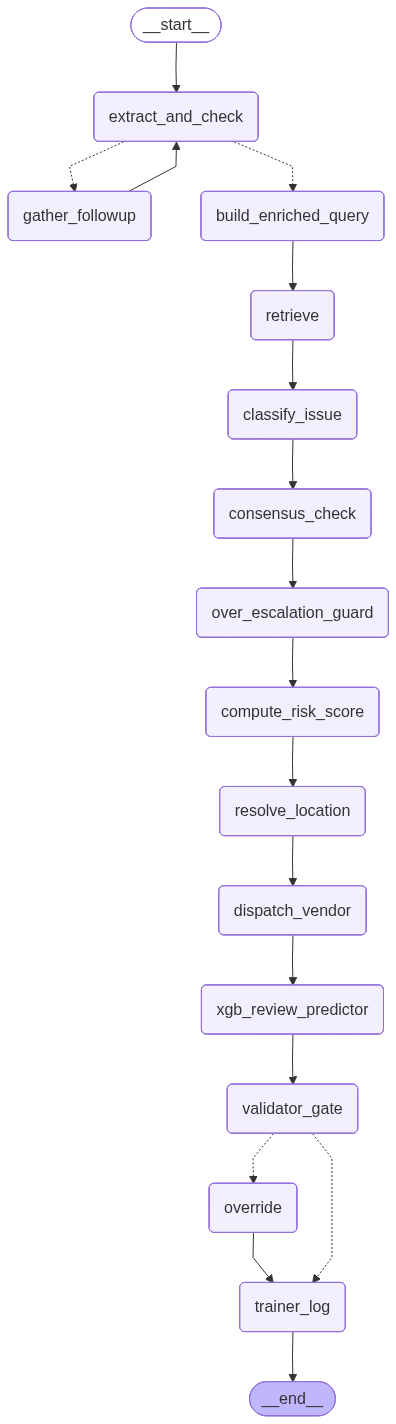
Above: docs/agent_graph.png in acm-industry/rich_shahin_finalproject (Mermaid), before the change. Its source is kept beside it as docs/agent_graph.mmd. The source it was exported from:
```mermaid
---
config:
  flowchart:
    curve: linear
---
graph TD;
	__start__([<p>__start__</p>]):::first
	extract_and_check(extract_and_check)
	gather_followup(gather_followup)
	build_enriched_query(build_enriched_query)
	retrieve(retrieve)
	classify_issue(classify_issue)
	consensus_check(consensus_check)
	over_escalation_guard(over_escalation_guard)
	compute_risk_score(compute_risk_score)
	resolve_location(resolve_location)
	dispatch_vendor(dispatch_vendor)
	xgb_review_predictor(xgb_review_predictor)
	validator_gate(validator_gate)
	override(override)
	trainer_log(trainer_log)
	__end__([<p>__end__</p>]):::last
	__start__ --> extract_and_check;
	build_enriched_query --> retrieve;
	classify_issue --> consensus_check;
	compute_risk_score --> resolve_location;
	consensus_check --> over_escalation_guard;
	dispatch_vendor --> xgb_review_predictor;
	extract_and_check -.-> build_enriched_query;
	extract_and_check -.-> gather_followup;
	gather_followup --> extract_and_check;
	over_escalation_guard --> compute_risk_score;
	override --> trainer_log;
	resolve_location --> dispatch_vendor;
	retrieve --> classify_issue;
	validator_gate -.-> override;
	validator_gate -.-> trainer_log;
	xgb_review_predictor --> validator_gate;
	trainer_log --> __end__;
	classDef default fill:#f2f0ff,line-height:1.2
	classDef first fill-opacity:0
	classDef last fill:#bfb6fc
```
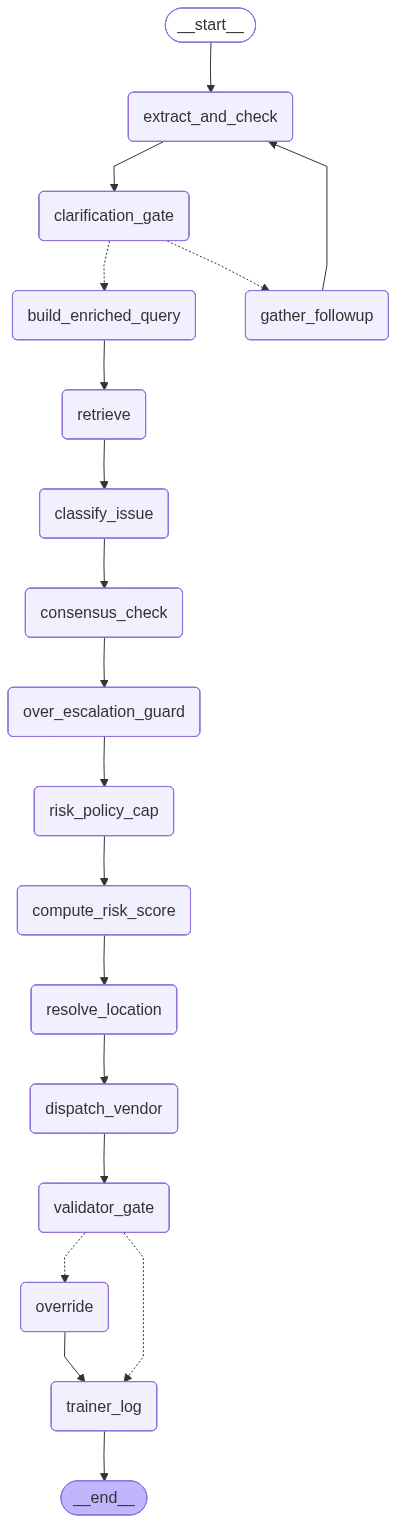
Above is the later version.

Change to the diagram source:
```diff
@@ -7,35 +7,37 @@
 	__start__([<p>__start__</p>]):::first
 	extract_and_check(extract_and_check)
 	gather_followup(gather_followup)
+	clarification_gate(clarification_gate)
 	build_enriched_query(build_enriched_query)
 	retrieve(retrieve)
 	classify_issue(classify_issue)
 	consensus_check(consensus_check)
 	over_escalation_guard(over_escalation_guard)
+	risk_policy_cap(risk_policy_cap)
 	compute_risk_score(compute_risk_score)
 	resolve_location(resolve_location)
 	dispatch_vendor(dispatch_vendor)
-	xgb_review_predictor(xgb_review_predictor)
 	validator_gate(validator_gate)
 	override(override)
 	trainer_log(trainer_log)
 	__end__([<p>__end__</p>]):::last
 	__start__ --> extract_and_check;
 	build_enriched_query --> retrieve;
+	clarification_gate -.-> build_enriched_query;
+	clarification_gate -.-> gather_followup;
 	classify_issue --> consensus_check;
 	compute_risk_score --> resolve_location;
 	consensus_check --> over_escalation_guard;
-	dispatch_vendor --> xgb_review_predictor;
-	extract_and_check -.-> build_enriched_query;
-	extract_and_check -.-> gather_followup;
+	dispatch_vendor --> validator_gate;
+	extract_and_check --> clarification_gate;
 	gather_followup --> extract_and_check;
-	over_escalation_guard --> compute_risk_score;
+	over_escalation_guard --> risk_policy_cap;
 	override --> trainer_log;
 	resolve_location --> dispatch_vendor;
 	retrieve --> classify_issue;
+	risk_policy_cap --> compute_risk_score;
 	validator_gate -.-> override;
 	validator_gate -.-> trainer_log;
-	xgb_review_predictor --> validator_gate;
 	trainer_log --> __end__;
 	classDef default fill:#f2f0ff,line-height:1.2
 	classDef first fill-opacity:0
```
